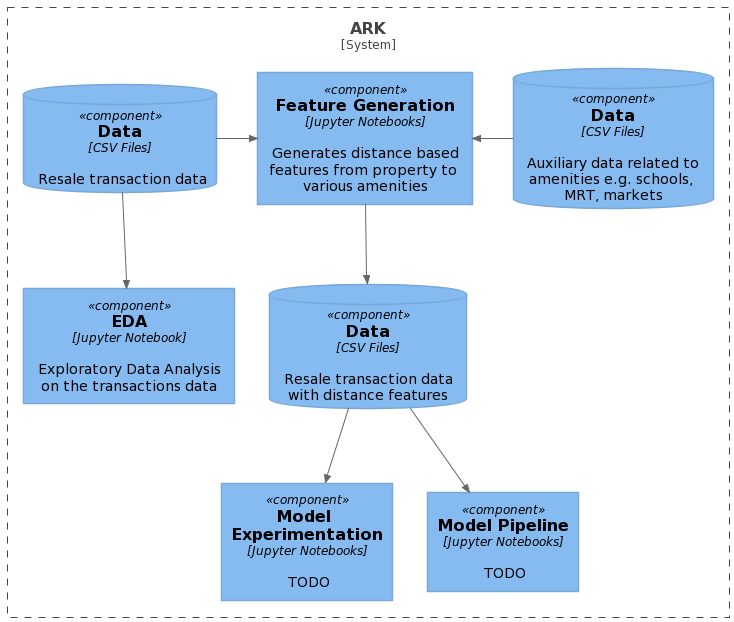
Before: images/system.png, a diagram exported from PlantUML (azmimr/ark_2021).
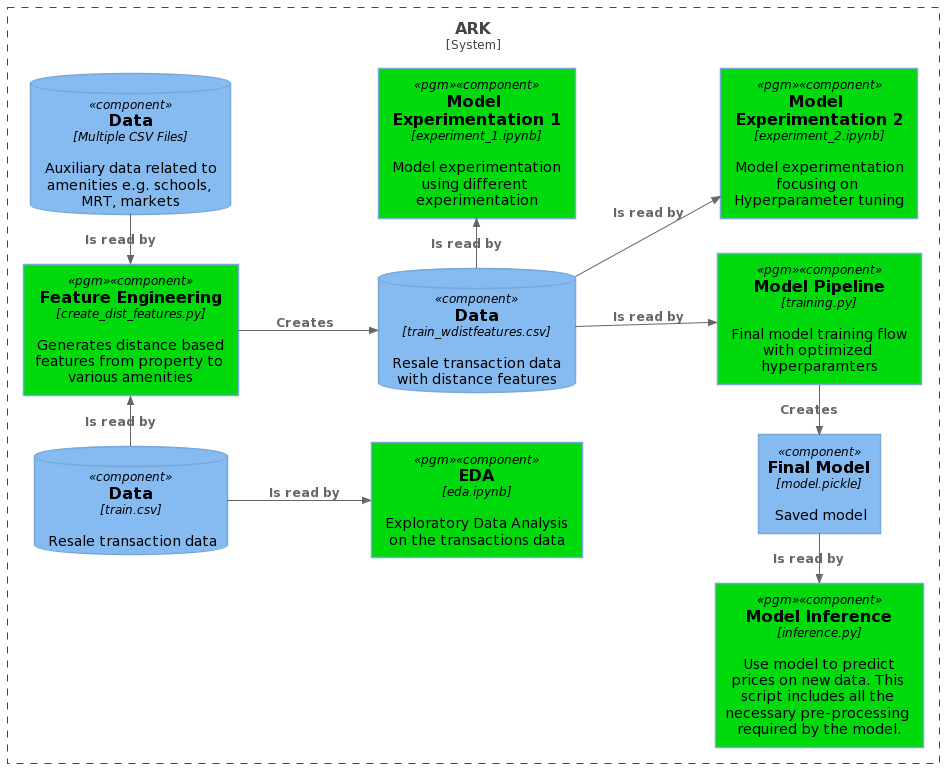
Later version of the same file.

Commit message:
refactored dist features script, updated readme

Change to the diagram source:
```diff
@@ -1,31 +1,45 @@
 @startuml
 !include https://raw.githubusercontent.com/plantuml-stdlib/C4-PlantUML/master/C4_Component.puml
 
-LAYOUT_TOP_DOWN()
+LAYOUT_LEFT_RIGHT()
 
+AddTagSupport("pgm", $bgColor="#00da0d")
 
 System_Boundary(c1, "ARK"){
 
-    ComponentDb(resale_db, "Data", "CSV Files", "Resale transaction data")
-    ComponentDb(aux_db, "Data", "CSV Files", "Auxiliary data related to amenities e.g. schools, MRT, markets")
-    ComponentDb(resale2_db, "Data", "CSV Files", "Resale transaction data with distance features")
+    ComponentDb(resale_db, "Data", "train.csv", "Resale transaction data")
+    ComponentDb(aux_db, "Data", "Multiple CSV Files", "Auxiliary data related to amenities e.g. schools, MRT, markets")
+    ComponentDb(resale2_db, "Data", "train_wdistfeatures.csv", "Resale transaction data with distance features")
 
 
-    Component(eda, "EDA", "Jupyter Notebook", "Exploratory Data Analysis on the transactions data")
+    Component(eda, "EDA", "eda.ipynb", "Exploratory Data Analysis on the transactions data", $tags="pgm")
 
-    Component(dist_features,"Feature Generation", "Jupyter Notebooks", "Generates distance based features from property to various amenities")
+    Component(dist_features,"Feature Engineering", "create_dist_features.py", "Generates distance based features from property to various amenities", $tags="pgm")
 
-    Component(model_exp,"Model Experimentation", "Jupyter Notebooks", "TODO")
+    Component(model_exp1,"Model Experimentation 1", "experiment_1.ipynb", "Model experimentation using different experimentation", $tags="pgm")
 
-    Component(model_final,"Model Pipeline", "Jupyter Notebooks", "TODO")
+    Component(model_exp2,"Model Experimentation 2", "experiment_2.ipynb", "Model experimentation focusing on Hyperparameter tuning", $tags="pgm")
+
+    Component(model_pipeline,"Model Pipeline", "training.py", "Final model training flow with optimized hyperparamters", $tags="pgm")
+
+    Component(model_final,"Final Model", "model.pickle", "Saved model")
+
+    Component(model_inference,"Model Inference", "inference.py", "Use model to predict prices on new data. This script includes all the necessary pre-processing required by the model.", $tags="pgm")
+
+
 
 }
 
-Rel(resale_db, eda, " ")
-Rel_R(resale_db, dist_features, " ")
-Rel_L(aux_db, dist_features," ")
-Rel(dist_features, resale2_db, " ")
+Rel(resale_db, eda, "Is read by")
+Rel_R(resale_db, dist_features, "Is read by")
+Rel_L(aux_db, dist_features,"Is read by")
+Rel(dist_features, resale2_db, "Creates")
 
-Rel(resale2_db, model_exp, " ")
-Rel(resale2_db, model_final, " ")
+Rel(resale2_db, model_pipeline, "Is read by")
+Rel_R(resale2_db, model_exp1, "Is read by")
+Rel(resale2_db, model_exp2, "Is read by")
+
+
+Rel_L(model_pipeline, model_final, "Creates")
+Rel_L(model_final, model_inference, "Is read by")
 @enduml
```
